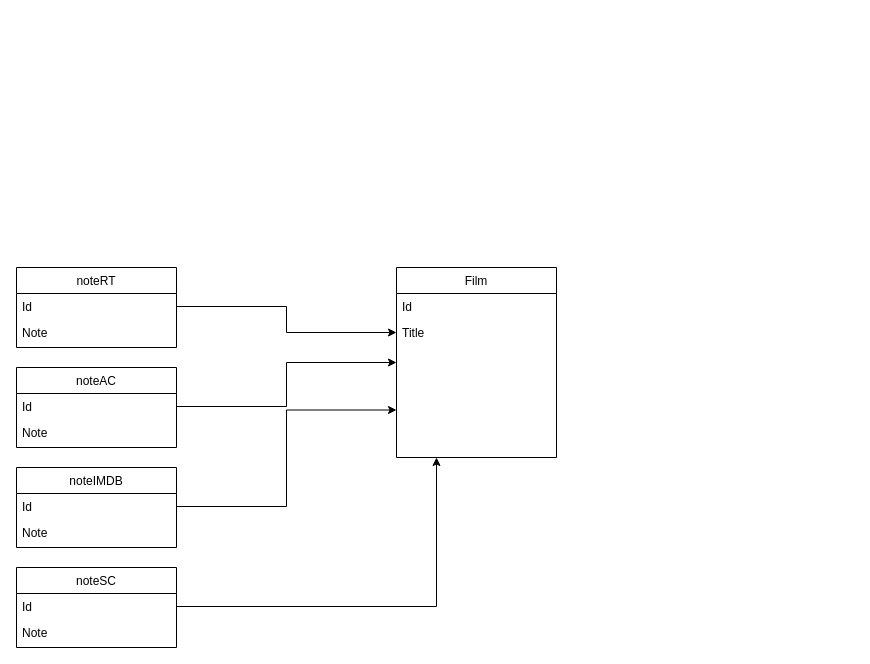
Earlier version of the draw.io diagram conception/Diagramme de classe.drawio (Purvanas/TP_Voyage). Source tidied: cells renumbered, new cells numbered last; positions are measured from the earlier drawing's top-left corner, leaving out a move shared by most shapes. Both pictures are drawn from the tidied source at 100%, with x=0, y=0 at pixel (16, 267).
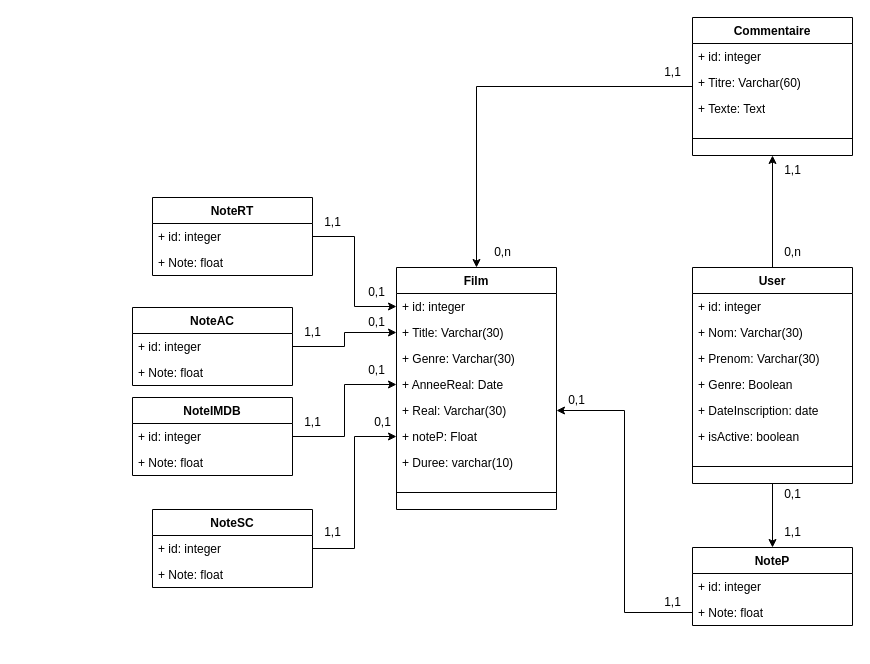
Above is the later version.

Commit message:
update diagramme de classe

What changed in the source:
```diff
@@
-    <mxCell id="2" value="Film" style="swimlane;fontStyle=0;align=center;verticalAlign=top;horizontal=1;startSize=26;rounded=0;shadow=0;strokeWidth=1;" parent="1" vertex="1">
-      <mxGeometry x="380" width="160" height="190" as="geometry" />
+    <mxCell id="2" value="Film" style="swimlane;fontStyle=1;align=center;verticalAlign=top;horizontal=1;startSize=26;whiteSpace=wrap;html=1;" parent="1" vertex="1">
+      <mxGeometry x="380" width="160" height="242" as="geometry" />
     </mxCell>
-    <mxCell id="3" value="Id" style="text;align=left;verticalAlign=top;spacingLeft=4;spacingRight=4;overflow=hidden;" parent="2" vertex="1">
-      <mxGeometry y="26" width="160" height="26" as="geometry" />
-    </mxCell>
-    <mxCell id="4" value="Title" style="text;align=left;verticalAlign=top;spacingLeft=4;spacingRight=4;overflow=hidden;points=[[0,0.5],[1,0.5]];portConstraint=eastwest;rounded=0;shadow=0;html=0;" parent="2" vertex="1">
-      <mxGeometry y="52" width="160" height="26" as="geometry" />
-    </mxCell>
-    <mxCell id="5" value="noteRT" style="swimlane;fontStyle=0;align=center;verticalAlign=top;horizontal=1;startSize=26;rounded=0;shadow=0;strokeWidth=1;" parent="1" vertex="1">
-      <mxGeometry width="160" height="80" as="geometry" />
-    </mxCell>
-    <mxCell id="6" value="Id" style="text;align=left;verticalAlign=top;spacingLeft=4;spacingRight=4;overflow=hidden;points=[[0,0.5],[1,0.5]];portConstraint=eastwest;" parent="5" vertex="1">
-      <mxGeometry y="26" width="160" height="26" as="geometry" />
-    </mxCell>
-    <mxCell id="7" value="Note" style="text;align=left;verticalAlign=top;spacingLeft=4;spacingRight=4;overflow=hidden;rounded=0;shadow=0;html=0;" parent="5" vertex="1">
-      <mxGeometry y="52" width="160" height="26" as="geometry" />
-    </mxCell>
-    <mxCell id="8" value="noteAC" style="swimlane;fontStyle=0;align=center;verticalAlign=top;horizontal=1;startSize=26;rounded=0;shadow=0;strokeWidth=1;" parent="1" vertex="1">
-      <mxGeometry y="100" width="160" height="80" as="geometry" />
-    </mxCell>
-    <mxCell id="9" value="Id" style="text;align=left;verticalAlign=top;spacingLeft=4;spacingRight=4;overflow=hidden;points=[[0,0.5],[1,0.5]];portConstraint=eastwest;" parent="8" vertex="1">
-      <mxGeometry y="26" width="160" height="26" as="geometry" />
-    </mxCell>
-    <mxCell id="10" value="Note" style="text;align=left;verticalAlign=top;spacingLeft=4;spacingRight=4;overflow=hidden;rounded=0;shadow=0;html=0;" parent="8" vertex="1">
-      <mxGeometry y="52" width="160" height="26" as="geometry" />
-    </mxCell>
-    <mxCell id="11" value="noteIMDB" style="swimlane;fontStyle=0;align=center;verticalAlign=top;horizontal=1;startSize=26;rounded=0;shadow=0;strokeWidth=1;" parent="1" vertex="1">
-      <mxGeometry y="200" width="160" height="80" as="geometry" />
-    </mxCell>
-    <mxCell id="12" value="Id" style="text;align=left;verticalAlign=top;spacingLeft=4;spacingRight=4;overflow=hidden;points=[[0,0.5],[1,0.5]];portConstraint=eastwest;" parent="11" vertex="1">
-      <mxGeometry y="26" width="160" height="26" as="geometry" />
-    </mxCell>
-    <mxCell id="13" value="Note" style="text;align=left;verticalAlign=top;spacingLeft=4;spacingRight=4;overflow=hidden;rounded=0;shadow=0;html=0;" parent="11" vertex="1">
-      <mxGeometry y="52" width="160" height="26" as="geometry" />
-    </mxCell>
-    <mxCell id="14" value="noteSC" style="swimlane;fontStyle=0;align=center;verticalAlign=top;horizontal=1;startSize=26;rounded=0;shadow=0;strokeWidth=1;" parent="1" vertex="1">
-      <mxGeometry y="300" width="160" height="80" as="geometry" />
-    </mxCell>
-    <mxCell id="15" value="Id" style="text;align=left;verticalAlign=top;spacingLeft=4;spacingRight=4;overflow=hidden;points=[[0,0.5],[1,0.5]];portConstraint=eastwest;" parent="14" vertex="1">
-      <mxGeometry y="26" width="160" height="26" as="geometry" />
-    </mxCell>
-    <mxCell id="16" value="Note" style="text;align=left;verticalAlign=top;spacingLeft=4;spacingRight=4;overflow=hidden;rounded=0;shadow=0;html=0;" parent="14" vertex="1">
-      <mxGeometry y="52" width="160" height="26" as="geometry" />
-    </mxCell>
-    <mxCell id="17" style="edgeStyle=orthogonalEdgeStyle;rounded=0;jettySize=auto;html=1;entryX=0;entryY=0.5;entryDx=0;entryDy=0;" parent="1" edge="1" source="6" target="4">
-      <mxGeometry relative="1" as="geometry" />
-    </mxCell>
-    <mxCell id="18" style="edgeStyle=orthogonalEdgeStyle;rounded=0;jettySize=auto;html=1;exitX=1;exitY=0.5;exitDx=0;exitDy=0;entryX=0;entryY=0.5;entryDx=0;entryDy=0;" parent="1" edge="1" source="9" target="2">
-      <mxGeometry relative="1" as="geometry" />
-    </mxCell>
-    <mxCell id="19" style="edgeStyle=orthogonalEdgeStyle;rounded=0;jettySize=auto;html=1;exitX=1;exitY=0.5;exitDx=0;exitDy=0;entryX=0;entryY=0.75;entryDx=0;entryDy=0;" parent="1" edge="1" source="12" target="2">
-      <mxGeometry relative="1" as="geometry" />
-    </mxCell>
-    <mxCell id="20" style="edgeStyle=orthogonalEdgeStyle;rounded=0;jettySize=auto;html=1;exitX=1;exitY=0.5;exitDx=0;exitDy=0;entryX=0.25;entryY=1;entryDx=0;entryDy=0;" parent="1" edge="1" source="15" target="2">
-      <mxGeometry relative="1" as="geometry" />
-    </mxCell>
+    <mxCell id="21" value="+ id: integer&lt;div&gt;&lt;br&gt;&lt;/div&gt;" style="text;strokeColor=none;fillColor=none;align=left;verticalAlign=top;spacingLeft=4;spacingRight=4;overflow=hidden;points=[[0,0.5],[1,0.5]];portConstraint=eastwest;whiteSpace=wrap;html=1;" parent="2" vertex="1">
+      <mxGeometry y="26" width="160" height="26" as="geometry" />
+    </mxCell>
+    <mxCell id="22" value="+ Title: Varchar(30)&lt;div&gt;&lt;br&gt;&lt;/div&gt;" style="text;strokeColor=none;fillColor=none;align=left;verticalAlign=top;spacingLeft=4;spacingRight=4;overflow=hidden;points=[[0,0.5],[1,0.5]];portConstraint=eastwest;whiteSpace=wrap;html=1;" parent="2" vertex="1">
+      <mxGeometry y="52" width="160" height="26" as="geometry" />
+    </mxCell>
+    <mxCell id="23" value="+ Genre: Varchar(30)&lt;div&gt;&lt;br&gt;&lt;/div&gt;" style="text;strokeColor=none;fillColor=none;align=left;verticalAlign=top;spacingLeft=4;spacingRight=4;overflow=hidden;whiteSpace=wrap;html=1;" parent="2" vertex="1">
+      <mxGeometry y="78" width="160" height="26" as="geometry" />
+    </mxCell>
+    <mxCell id="24" value="+ AnneeReal: Date&lt;div&gt;&lt;br&gt;&lt;/div&gt;" style="text;strokeColor=none;fillColor=none;align=left;verticalAlign=top;spacingLeft=4;spacingRight=4;overflow=hidden;points=[[0,0.5],[1,0.5]];portConstraint=eastwest;whiteSpace=wrap;html=1;" parent="2" vertex="1">
+      <mxGeometry y="104" width="160" height="26" as="geometry" />
+    </mxCell>
+    <mxCell id="25" value="+ Real: Varchar(30)&lt;div&gt;&lt;br&gt;&lt;/div&gt;" style="text;strokeColor=none;fillColor=none;align=left;verticalAlign=top;spacingLeft=4;spacingRight=4;overflow=hidden;points=[[0,0.5],[1,0.5]];portConstraint=eastwest;whiteSpace=wrap;html=1;" parent="2" vertex="1">
+      <mxGeometry y="130" width="160" height="26" as="geometry" />
+    </mxCell>
+    <mxCell id="26" value="+ noteP: Float" style="text;strokeColor=none;fillColor=none;align=left;verticalAlign=top;spacingLeft=4;spacingRight=4;overflow=hidden;points=[[0,0.5],[1,0.5]];portConstraint=eastwest;whiteSpace=wrap;html=1;" parent="2" vertex="1">
+      <mxGeometry y="156" width="160" height="26" as="geometry" />
+    </mxCell>
+    <mxCell id="27" value="+ Duree: varchar(10)&lt;div&gt;&lt;br&gt;&lt;/div&gt;" style="text;strokeColor=none;fillColor=none;align=left;verticalAlign=top;spacingLeft=4;spacingRight=4;overflow=hidden;whiteSpace=wrap;html=1;" parent="2" vertex="1">
+      <mxGeometry y="182" width="160" height="26" as="geometry" />
+    </mxCell>
+    <mxCell id="28" style="line;strokeWidth=1;fillColor=none;align=left;verticalAlign=middle;spacingTop=-1;spacingLeft=3;spacingRight=3;labelPosition=right;strokeColor=inherit;" parent="2" vertex="1">
+      <mxGeometry y="208" width="160" height="34" as="geometry" />
+    </mxCell>
+    <mxCell id="29" value="NoteIMDB" style="swimlane;fontStyle=1;align=center;verticalAlign=top;horizontal=1;startSize=26;whiteSpace=wrap;html=1;" parent="1" vertex="1">
+      <mxGeometry x="116" y="130" width="160" height="78" as="geometry" />
+    </mxCell>
+    <mxCell id="30" value="+ id: integer" style="text;strokeColor=none;fillColor=none;align=left;verticalAlign=top;spacingLeft=4;spacingRight=4;overflow=hidden;points=[[0,0.5],[1,0.5]];portConstraint=eastwest;whiteSpace=wrap;html=1;" parent="29" vertex="1">
+      <mxGeometry y="26" width="160" height="26" as="geometry" />
+    </mxCell>
+    <mxCell id="31" value="+ Note: float" style="text;strokeColor=none;fillColor=none;align=left;verticalAlign=top;spacingLeft=4;spacingRight=4;overflow=hidden;whiteSpace=wrap;html=1;" parent="29" vertex="1">
+      <mxGeometry y="52" width="160" height="26" as="geometry" />
+    </mxCell>
+    <mxCell id="32" value="NoteSC" style="swimlane;fontStyle=1;align=center;verticalAlign=top;horizontal=1;startSize=26;whiteSpace=wrap;html=1;" parent="1" vertex="1">
+      <mxGeometry x="136" y="242" width="160" height="78" as="geometry" />
+    </mxCell>
+    <mxCell id="33" value="+ id: integer" style="text;strokeColor=none;fillColor=none;align=left;verticalAlign=top;spacingLeft=4;spacingRight=4;overflow=hidden;points=[[0,0.5],[1,0.5]];portConstraint=eastwest;whiteSpace=wrap;html=1;" parent="32" vertex="1">
+      <mxGeometry y="26" width="160" height="26" as="geometry" />
+    </mxCell>
+    <mxCell id="34" value="+ Note: float" style="text;strokeColor=none;fillColor=none;align=left;verticalAlign=top;spacingLeft=4;spacingRight=4;overflow=hidden;whiteSpace=wrap;html=1;" parent="32" vertex="1">
+      <mxGeometry y="52" width="160" height="26" as="geometry" />
+    </mxCell>
+    <mxCell id="35" value="NoteAC" style="swimlane;fontStyle=1;align=center;verticalAlign=top;horizontal=1;startSize=26;whiteSpace=wrap;html=1;" parent="1" vertex="1">
+      <mxGeometry x="116" y="40" width="160" height="78" as="geometry" />
+    </mxCell>
+    <mxCell id="36" value="+ id: integer" style="text;strokeColor=none;fillColor=none;align=left;verticalAlign=top;spacingLeft=4;spacingRight=4;overflow=hidden;points=[[0,0.5],[1,0.5]];portConstraint=eastwest;whiteSpace=wrap;html=1;" parent="35" vertex="1">
+      <mxGeometry y="26" width="160" height="26" as="geometry" />
+    </mxCell>
+    <mxCell id="37" value="+ Note: float" style="text;strokeColor=none;fillColor=none;align=left;verticalAlign=top;spacingLeft=4;spacingRight=4;overflow=hidden;whiteSpace=wrap;html=1;" parent="35" vertex="1">
+      <mxGeometry y="52" width="160" height="26" as="geometry" />
+    </mxCell>
+    <mxCell id="38" value="NoteRT" style="swimlane;fontStyle=1;align=center;verticalAlign=top;horizontal=1;startSize=26;whiteSpace=wrap;html=1;" parent="1" vertex="1">
+      <mxGeometry x="136" y="-70" width="160" height="78" as="geometry" />
+    </mxCell>
+    <mxCell id="39" value="+ id: integer" style="text;strokeColor=none;fillColor=none;align=left;verticalAlign=top;spacingLeft=4;spacingRight=4;overflow=hidden;points=[[0,0.5],[1,0.5]];portConstraint=eastwest;whiteSpace=wrap;html=1;" parent="38" vertex="1">
+      <mxGeometry y="26" width="160" height="26" as="geometry" />
+    </mxCell>
+    <mxCell id="40" value="+ Note: float" style="text;strokeColor=none;fillColor=none;align=left;verticalAlign=top;spacingLeft=4;spacingRight=4;overflow=hidden;whiteSpace=wrap;html=1;" parent="38" vertex="1">
+      <mxGeometry y="52" width="160" height="26" as="geometry" />
+    </mxCell>
+    <mxCell id="41" style="edgeStyle=orthogonalEdgeStyle;rounded=0;jettySize=auto;html=1;exitX=1;exitY=0.5;exitDx=0;exitDy=0;entryX=0;entryY=0.5;entryDx=0;entryDy=0;" parent="1" edge="1" source="39" target="21">
+      <mxGeometry relative="1" as="geometry" />
+    </mxCell>
+    <mxCell id="42" style="edgeStyle=orthogonalEdgeStyle;rounded=0;jettySize=auto;html=1;exitX=1;exitY=0.5;exitDx=0;exitDy=0;entryX=0;entryY=0.5;entryDx=0;entryDy=0;" parent="1" edge="1" source="36" target="22">
+      <mxGeometry relative="1" as="geometry" />
+    </mxCell>
+    <mxCell id="43" style="edgeStyle=orthogonalEdgeStyle;rounded=0;jettySize=auto;html=1;exitX=1;exitY=0.5;exitDx=0;exitDy=0;entryX=0;entryY=0.5;entryDx=0;entryDy=0;" parent="1" edge="1" source="30" target="24">
+      <mxGeometry relative="1" as="geometry" />
+    </mxCell>
+    <mxCell id="44" style="edgeStyle=orthogonalEdgeStyle;rounded=0;jettySize=auto;html=1;exitX=1;exitY=0.5;exitDx=0;exitDy=0;entryX=0;entryY=0.5;entryDx=0;entryDy=0;" parent="1" edge="1" source="33" target="26">
+      <mxGeometry relative="1" as="geometry" />
+    </mxCell>
+    <mxCell id="45" style="edgeStyle=none;html=1;exitX=0.5;exitY=1;exitDx=0;exitDy=0;entryX=0.5;entryY=0;entryDx=0;entryDy=0;" parent="1" edge="1" source="47" target="61">
+      <mxGeometry relative="1" as="geometry" />
+    </mxCell>
+    <mxCell id="46" style="edgeStyle=orthogonalEdgeStyle;rounded=0;html=1;exitX=0.5;exitY=0;exitDx=0;exitDy=0;entryX=0.5;entryY=1;entryDx=0;entryDy=0;" parent="1" edge="1" source="47" target="56">
+      <mxGeometry relative="1" as="geometry" />
+    </mxCell>
+    <mxCell id="47" value="User" style="swimlane;fontStyle=1;align=center;verticalAlign=top;horizontal=1;startSize=26;whiteSpace=wrap;html=1;" parent="1" vertex="1">
+      <mxGeometry x="676" width="160" height="216" as="geometry" />
+    </mxCell>
+    <mxCell id="48" value="+ id: integer&lt;div&gt;&lt;br&gt;&lt;/div&gt;" style="text;strokeColor=none;fillColor=none;align=left;verticalAlign=top;spacingLeft=4;spacingRight=4;overflow=hidden;whiteSpace=wrap;html=1;" parent="47" vertex="1">
+      <mxGeometry y="26" width="160" height="26" as="geometry" />
+    </mxCell>
+    <mxCell id="49" value="+ Nom: Varchar(30)&lt;div&gt;&lt;br&gt;&lt;/div&gt;" style="text;strokeColor=none;fillColor=none;align=left;verticalAlign=top;spacingLeft=4;spacingRight=4;overflow=hidden;whiteSpace=wrap;html=1;" parent="47" vertex="1">
+      <mxGeometry y="52" width="160" height="26" as="geometry" />
+    </mxCell>
+    <mxCell id="50" value="+ Prenom: Varchar(30)" style="text;strokeColor=none;fillColor=none;align=left;verticalAlign=top;spacingLeft=4;spacingRight=4;overflow=hidden;whiteSpace=wrap;html=1;" parent="47" vertex="1">
+      <mxGeometry y="78" width="160" height="26" as="geometry" />
+    </mxCell>
+    <mxCell id="51" value="+ Genre: Boolean" style="text;strokeColor=none;fillColor=none;align=left;verticalAlign=top;spacingLeft=4;spacingRight=4;overflow=hidden;whiteSpace=wrap;html=1;" parent="47" vertex="1">
+      <mxGeometry y="104" width="160" height="26" as="geometry" />
+    </mxCell>
+    <mxCell id="52" value="+ DateInscription: date&lt;div&gt;&lt;br&gt;&lt;/div&gt;" style="text;strokeColor=none;fillColor=none;align=left;verticalAlign=top;spacingLeft=4;spacingRight=4;overflow=hidden;whiteSpace=wrap;html=1;" parent="47" vertex="1">
+      <mxGeometry y="130" width="160" height="26" as="geometry" />
+    </mxCell>
+    <mxCell id="53" value="+ isActive: boolean" style="text;strokeColor=none;fillColor=none;align=left;verticalAlign=top;spacingLeft=4;spacingRight=4;overflow=hidden;whiteSpace=wrap;html=1;" parent="47" vertex="1">
+      <mxGeometry y="156" width="160" height="26" as="geometry" />
+    </mxCell>
+    <mxCell id="54" style="line;strokeWidth=1;fillColor=none;align=left;verticalAlign=middle;spacingTop=-1;spacingLeft=3;spacingRight=3;labelPosition=right;strokeColor=inherit;" parent="47" vertex="1">
+      <mxGeometry y="182" width="160" height="34" as="geometry" />
+    </mxCell>
+    <mxCell id="55" style="edgeStyle=orthogonalEdgeStyle;rounded=0;html=1;" parent="1" edge="1" source="56" target="2">
+      <mxGeometry relative="1" as="geometry" />
+    </mxCell>
+    <mxCell id="56" value="Commentaire" style="swimlane;fontStyle=1;align=center;verticalAlign=top;horizontal=1;startSize=26;whiteSpace=wrap;html=1;" parent="1" vertex="1">
+      <mxGeometry x="676" y="-250" width="160" height="138" as="geometry" />
+    </mxCell>
+    <mxCell id="57" value="+ id: integer&lt;div&gt;&lt;br&gt;&lt;/div&gt;" style="text;strokeColor=none;fillColor=none;align=left;verticalAlign=top;spacingLeft=4;spacingRight=4;overflow=hidden;whiteSpace=wrap;html=1;" parent="56" vertex="1">
+      <mxGeometry y="26" width="160" height="26" as="geometry" />
+    </mxCell>
+    <mxCell id="58" value="+ Titre: Varchar(60)&lt;div&gt;&lt;br&gt;&lt;/div&gt;" style="text;strokeColor=none;fillColor=none;align=left;verticalAlign=top;spacingLeft=4;spacingRight=4;overflow=hidden;whiteSpace=wrap;html=1;" parent="56" vertex="1">
+      <mxGeometry y="52" width="160" height="26" as="geometry" />
+    </mxCell>
+    <mxCell id="59" value="+ Texte: Text" style="text;strokeColor=none;fillColor=none;align=left;verticalAlign=top;spacingLeft=4;spacingRight=4;overflow=hidden;whiteSpace=wrap;html=1;" parent="56" vertex="1">
+      <mxGeometry y="78" width="160" height="26" as="geometry" />
+    </mxCell>
+    <mxCell id="60" style="line;strokeWidth=1;fillColor=none;align=left;verticalAlign=middle;spacingTop=-1;spacingLeft=3;spacingRight=3;labelPosition=right;strokeColor=inherit;" parent="56" vertex="1">
+      <mxGeometry y="104" width="160" height="34" as="geometry" />
+    </mxCell>
+    <mxCell id="61" value="NoteP" style="swimlane;fontStyle=1;align=center;verticalAlign=top;horizontal=1;startSize=26;whiteSpace=wrap;html=1;" parent="1" vertex="1">
+      <mxGeometry x="676" y="280" width="160" height="78" as="geometry" />
+    </mxCell>
+    <mxCell id="62" value="+ id: integer" style="text;strokeColor=none;fillColor=none;align=left;verticalAlign=top;spacingLeft=4;spacingRight=4;overflow=hidden;whiteSpace=wrap;html=1;" parent="61" vertex="1">
+      <mxGeometry y="26" width="160" height="26" as="geometry" />
+    </mxCell>
+    <mxCell id="63" value="+ Note: float" style="text;strokeColor=none;fillColor=none;align=left;verticalAlign=top;spacingLeft=4;spacingRight=4;overflow=hidden;points=[[0,0.5],[1,0.5]];portConstraint=eastwest;whiteSpace=wrap;html=1;" parent="61" vertex="1">
+      <mxGeometry y="52" width="160" height="26" as="geometry" />
+    </mxCell>
+    <mxCell id="64" style="edgeStyle=orthogonalEdgeStyle;html=1;exitX=0;exitY=0.5;exitDx=0;exitDy=0;entryX=1;entryY=0.5;entryDx=0;entryDy=0;rounded=0;" parent="1" edge="1" source="63" target="25">
+      <mxGeometry relative="1" as="geometry" />
+    </mxCell>
+    <mxCell id="65" value="0,n" style="text;html=1;align=center;verticalAlign=middle;strokeColor=none;fillColor=none;" parent="1" vertex="1">
+      <mxGeometry x="756" y="-30" width="40" height="30" as="geometry" />
+    </mxCell>
+    <mxCell id="66" value="0,1" style="text;html=1;align=center;verticalAlign=middle;strokeColor=none;fillColor=none;" parent="1" vertex="1">
+      <mxGeometry x="340" y="88" width="40" height="30" as="geometry" />
+    </mxCell>
+    <mxCell id="67" value="0,1" style="text;html=1;align=center;verticalAlign=middle;strokeColor=none;fillColor=none;" parent="1" vertex="1">
+      <mxGeometry x="340" y="10" width="40" height="30" as="geometry" />
+    </mxCell>
+    <mxCell id="68" value="0,1" style="text;html=1;align=center;verticalAlign=middle;strokeColor=none;fillColor=none;" parent="1" vertex="1">
+      <mxGeometry x="340" y="40" width="40" height="30" as="geometry" />
+    </mxCell>
+    <mxCell id="69" value="0,1" style="text;html=1;align=center;verticalAlign=middle;strokeColor=none;fillColor=none;" parent="1" vertex="1">
+      <mxGeometry x="346" y="140" width="40" height="30" as="geometry" />
+    </mxCell>
+    <mxCell id="70" value="1,1" style="text;html=1;align=center;verticalAlign=middle;strokeColor=none;fillColor=none;" parent="1" vertex="1">
+      <mxGeometry x="636" y="-210" width="40" height="30" as="geometry" />
+    </mxCell>
+    <mxCell id="71" value="0,n" style="text;html=1;align=center;verticalAlign=middle;strokeColor=none;fillColor=none;" parent="1" vertex="1">
+      <mxGeometry x="466" y="-30" width="40" height="30" as="geometry" />
+    </mxCell>
+    <mxCell id="72" value="1,1" style="text;html=1;align=center;verticalAlign=middle;strokeColor=none;fillColor=none;" parent="1" vertex="1">
+      <mxGeometry x="756" y="-112" width="40" height="30" as="geometry" />
+    </mxCell>
+    <mxCell id="73" value="0,1" style="text;html=1;align=center;verticalAlign=middle;strokeColor=none;fillColor=none;" parent="1" vertex="1">
+      <mxGeometry x="756" y="212" width="40" height="30" as="geometry" />
+    </mxCell>
+    <mxCell id="74" value="1,1" style="text;html=1;align=center;verticalAlign=middle;strokeColor=none;fillColor=none;" parent="1" vertex="1">
+      <mxGeometry x="756" y="250" width="40" height="30" as="geometry" />
+    </mxCell>
+    <mxCell id="75" value="1,1" style="text;html=1;align=center;verticalAlign=middle;strokeColor=none;fillColor=none;" parent="1" vertex="1">
+      <mxGeometry x="636" y="320" width="40" height="30" as="geometry" />
+    </mxCell>
+    <mxCell id="76" value="0,1" style="text;html=1;align=center;verticalAlign=middle;strokeColor=none;fillColor=none;" parent="1" vertex="1">
+      <mxGeometry x="540" y="118" width="40" height="30" as="geometry" />
+    </mxCell>
+    <mxCell id="77" value="1,1" style="text;html=1;align=center;verticalAlign=middle;strokeColor=none;fillColor=none;" parent="1" vertex="1">
+      <mxGeometry x="296" y="250" width="40" height="30" as="geometry" />
+    </mxCell>
+    <mxCell id="78" value="1,1" style="text;html=1;align=center;verticalAlign=middle;strokeColor=none;fillColor=none;" parent="1" vertex="1">
+      <mxGeometry x="276" y="140" width="40" height="30" as="geometry" />
+    </mxCell>
+    <mxCell id="79" value="1,1" style="text;html=1;align=center;verticalAlign=middle;strokeColor=none;fillColor=none;" parent="1" vertex="1">
+      <mxGeometry x="276" y="50" width="40" height="30" as="geometry" />
+    </mxCell>
+    <mxCell id="80" value="1,1" style="text;html=1;align=center;verticalAlign=middle;strokeColor=none;fillColor=none;" parent="1" vertex="1">
+      <mxGeometry x="296" y="-60" width="40" height="30" as="geometry" />
+    </mxCell>
```
